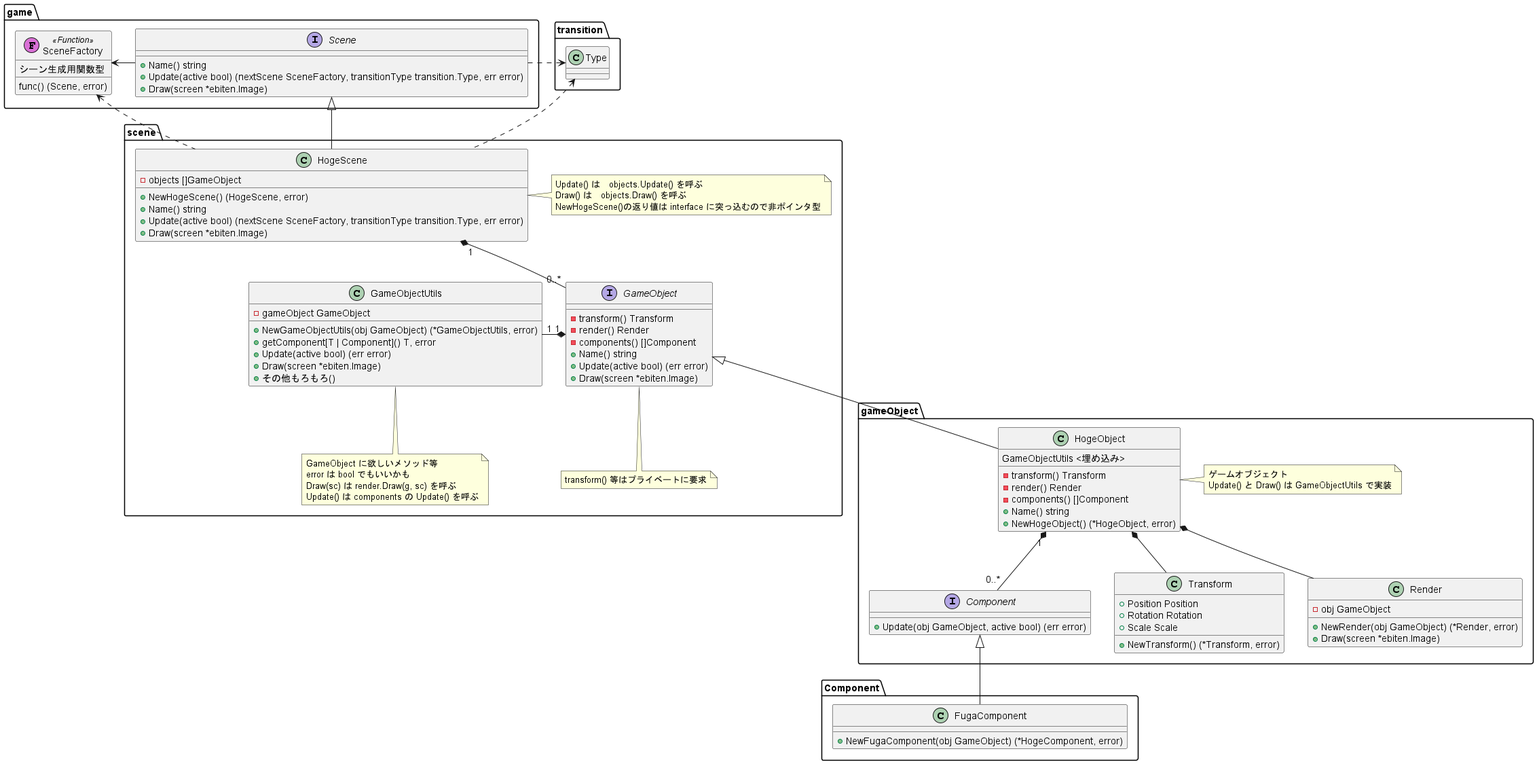
Earlier version of the PlantUML export Docs/Scene_class_diagram.png (kmc-jp/Gamedev_Tempura-of-p--Phenylazo-phenol).
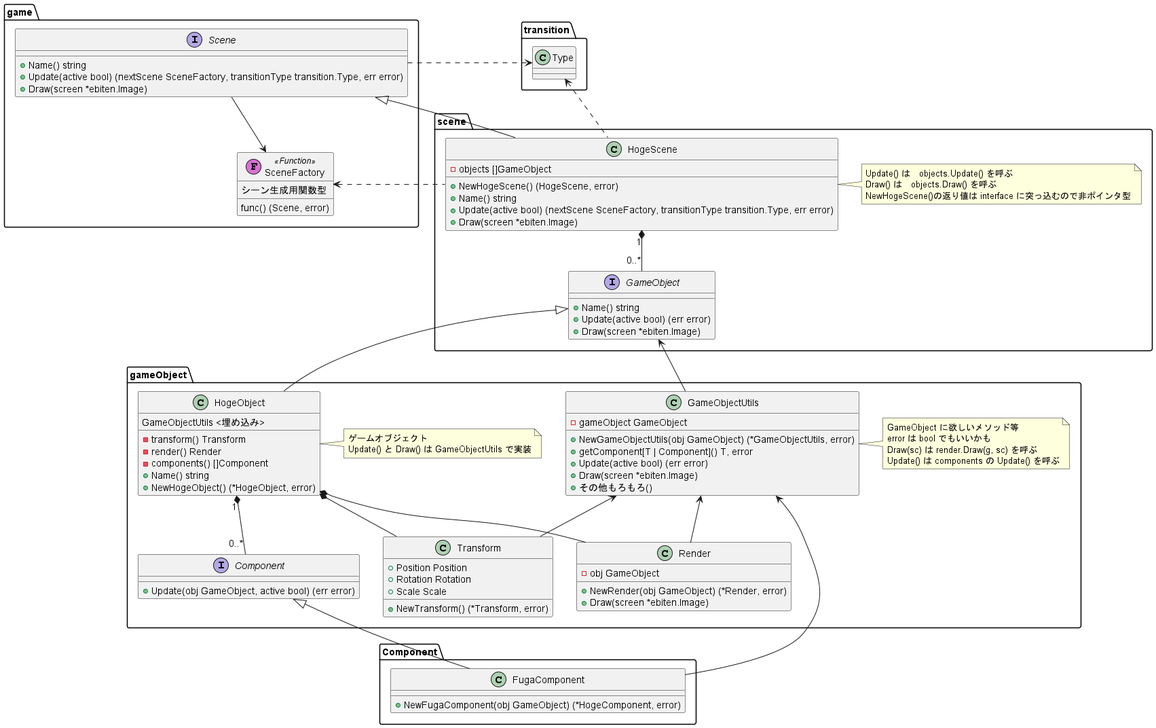
The same file after the commit.

Commit message:
最新の依存関係をクラス図に反映

The edit, as a diff of the source:
```diff
@@ -16,7 +16,7 @@
         func() (Scene, error)
     }
 
-    Scene --right--> SceneFactory
+    Scene --> SceneFactory
     Scene .right.> transition.Type
 }
 
@@ -38,27 +38,10 @@
     HogeScene "1" *-- "0..*" GameObject
 
     interface GameObject {
-        - transform() Transform
-        - render() Render
-        - components() []Component
         + Name() string
         + Update(active bool) (err error)
         + Draw(screen *ebiten.Image)
     }
-    note bottom of GameObject : transform() 等はプライベートに要求
-
-    class GameObjectUtils {
-        - gameObject GameObject
-        + NewGameObjectUtils(obj GameObject) (*GameObjectUtils, error)
-        + getComponent[T | Component]() T, error
-        + Update(active bool) (err error)
-        + Draw(screen *ebiten.Image)
-        + その他もろもろ()
-    }
-    note bottom of GameObjectUtils : GameObject に欲しいメソッド等\nerror は bool でもいいかも\nDraw(sc) は render.Draw(g, sc) を呼ぶ\nUpdate() は components の Update() を呼ぶ
-
-    GameObject "1" *- "1" GameObjectUtils
-
 }
 
 package gameObject {
@@ -72,12 +55,26 @@
     }
     note right of HogeObject : ゲームオブジェクト\nUpdate() と Draw() は GameObjectUtils で実装
 
+    class GameObjectUtils {
+        - gameObject GameObject
+        + NewGameObjectUtils(obj GameObject) (*GameObjectUtils, error)
+        + getComponent[T | Component]() T, error
+        + Update(active bool) (err error)
+        + Draw(screen *ebiten.Image)
+        + その他もろもろ()
+    }
+    note right of GameObjectUtils : GameObject に欲しいメソッド等\nerror は bool でもいいかも\nDraw(sc) は render.Draw(g, sc) を呼ぶ\nUpdate() は components の Update() を呼ぶ
+
+    GameObjectUtils -up-> scene.GameObject
 
     HogeObject -up-|> scene.GameObject
     HogeObject *-- Transform
     HogeObject *-- Render
 
     HogeObject "1" *-- "0..*" Component
+
+    GameObjectUtils <-- Transform
+    GameObjectUtils <-- Render
 
     class Transform {
         + Position Position
@@ -103,5 +100,7 @@
     }
 
     FugaComponent -up-|> gameObject.Component
+    FugaComponent --> gameObject.GameObjectUtils
+
 }
 @enduml
```
